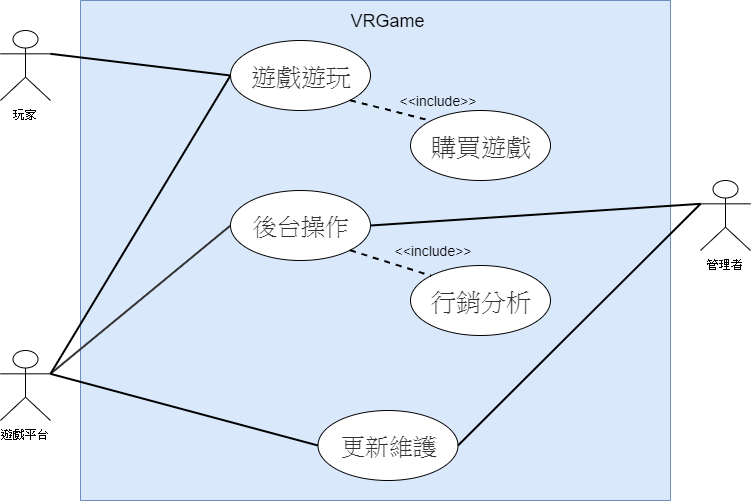
0624036/0624036_OO keeps this draw.io diagram as 使用案例圖.png. Above is the earlier version. Source tidied: cells renumbered, new cells last; positions are measured from the earlier drawing's top-left corner, leaving out a move shared by most shapes.
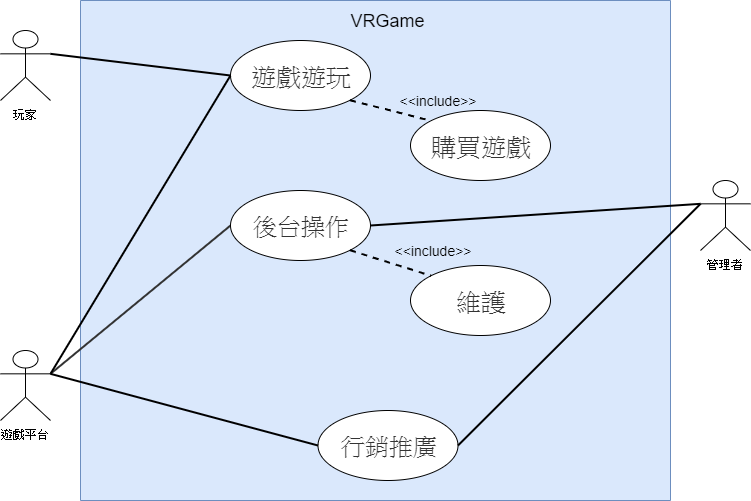
Above is the later version.

Commit message:
All使用案例圖.png

Diff of the diagram source:
```diff
@@ -29,7 +29,7 @@
     <mxCell id="10" value="&lt;font color=&quot;#333333&quot;&gt;&lt;span style=&quot;font-size: 24px&quot;&gt;後台操作&lt;/span&gt;&lt;/font&gt;" style="ellipse;whiteSpace=wrap;html=1;" parent="1" vertex="1">
       <mxGeometry x="230" y="190" width="140" height="70" as="geometry" />
     </mxCell>
-    <mxCell id="11" value="&lt;font color=&quot;#333333&quot;&gt;&lt;span style=&quot;font-size: 24px&quot;&gt;更新維護&lt;/span&gt;&lt;/font&gt;" style="ellipse;whiteSpace=wrap;html=1;" parent="1" vertex="1">
+    <mxCell id="11" value="&lt;font color=&quot;#333333&quot;&gt;&lt;span style=&quot;font-size: 24px&quot;&gt;行銷推廣&lt;/span&gt;&lt;/font&gt;" style="ellipse;whiteSpace=wrap;html=1;" parent="1" vertex="1">
       <mxGeometry x="317.5" y="410" width="140" height="70" as="geometry" />
     </mxCell>
     <mxCell id="12" style="endArrow=none;html=1;strokeWidth=2;entryX=0;entryY=0.5;entryDx=0;entryDy=0;exitX=1;exitY=0.3333333333333333;exitDx=0;exitDy=0;exitPerimeter=0;" parent="1" edge="1" source="5" target="9">
@@ -53,7 +53,7 @@
     <mxCell id="18" value="&lt;font style=&quot;font-size: 14px&quot;&gt;&amp;lt;&amp;lt;include&amp;gt;&amp;gt;&lt;/font&gt;" style="text;html=1;strokeColor=none;fillColor=none;align=center;verticalAlign=middle;whiteSpace=wrap;rounded=0;" parent="1" vertex="1">
       <mxGeometry x="393" y="90" width="90" height="20" as="geometry" />
     </mxCell>
-    <mxCell id="19" value="&lt;font color=&quot;#333333&quot;&gt;&lt;span style=&quot;font-size: 25px&quot;&gt;行銷分析&lt;/span&gt;&lt;/font&gt;" style="ellipse;whiteSpace=wrap;html=1;" parent="1" vertex="1">
+    <mxCell id="19" value="&lt;font color=&quot;#333333&quot;&gt;&lt;span style=&quot;font-size: 25px&quot;&gt;維護&lt;/span&gt;&lt;/font&gt;" style="ellipse;whiteSpace=wrap;html=1;" parent="1" vertex="1">
       <mxGeometry x="410" y="265" width="140" height="70" as="geometry" />
     </mxCell>
     <mxCell id="20" style="endArrow=none;html=1;fontSize=17;strokeWidth=2;exitX=1;exitY=1;exitDx=0;exitDy=0;dashed=1;entryX=0;entryY=0;entryDx=0;entryDy=0;" parent="1" edge="1" source="10" target="19">
```
